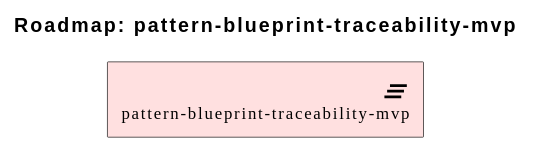
wolffy-au/frictionless-architect keeps this PlantUML diagram as architecture/model/diagrams/migration/plat-pattern-blueprint-traceability-mvp-6.svg. Above is the earlier version.
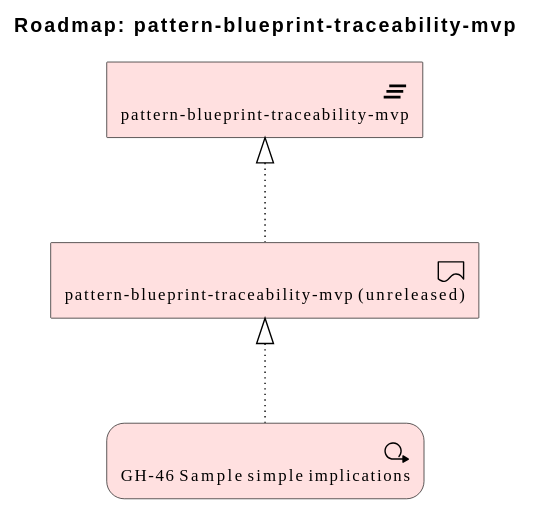
After the change.

Diff of the diagram source:
```diff
@@ -3,5 +3,10 @@
 
 title Roadmap: pattern-blueprint-traceability-mvp
 
+Implementation_Deliverable(e_id47763e4ecc1e5b, "pattern-blueprint-traceability-mvp (unreleased)")
 Implementation_Plateau(e_idc33d8de46a5452, "pattern-blueprint-traceability-mvp")
+Implementation_WorkPackage(e_idcd31097b54e551, "GH-46 Sample simple implications")
+
+Rel_Realization_Up(e_id47763e4ecc1e5b, e_idc33d8de46a5452, "")
+Rel_Realization_Up(e_idcd31097b54e551, e_id47763e4ecc1e5b, "")
 @enduml
```
